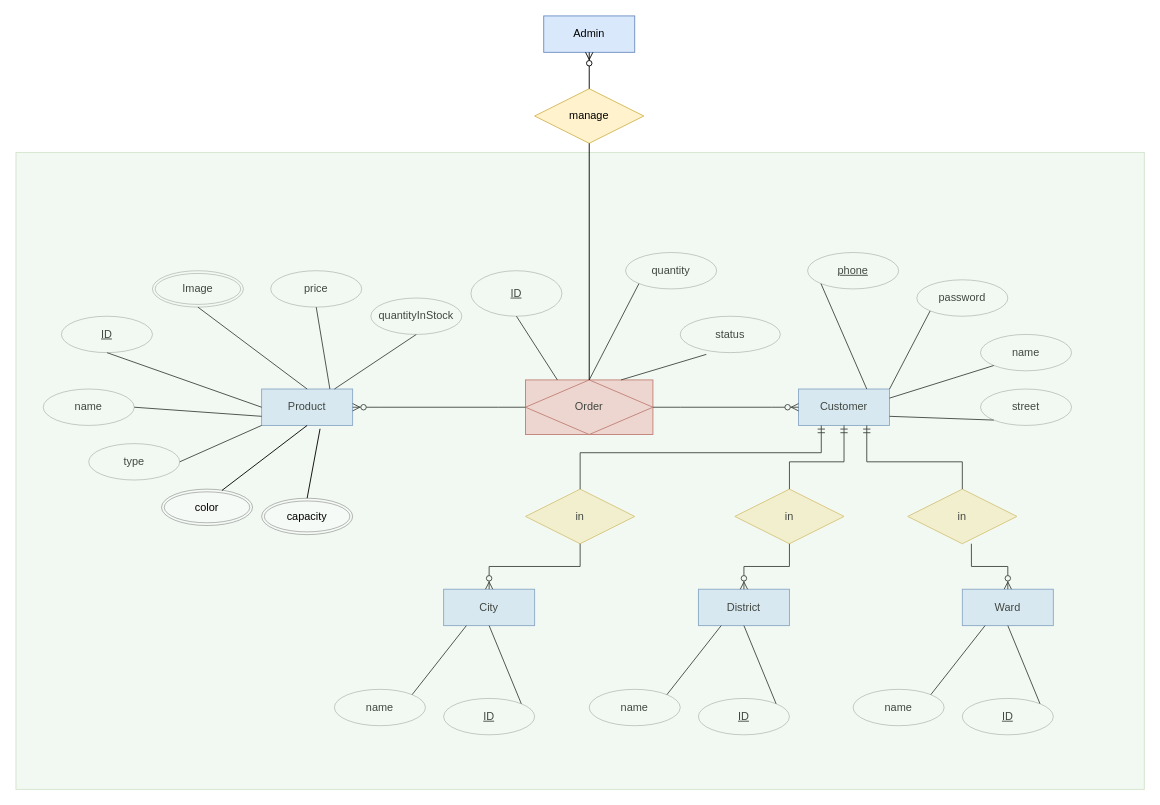
q2kit/N14 keeps this draw.io diagram as er.drawio. Above is the earlier version. Source tidied: cells renumbered, new cells numbered last; positions are measured from the earlier drawing's top-left corner, leaving out a move shared by most shapes. Both pictures are drawn from the tidied source at 91%, with x=0, y=0 at pixel (15, 15).
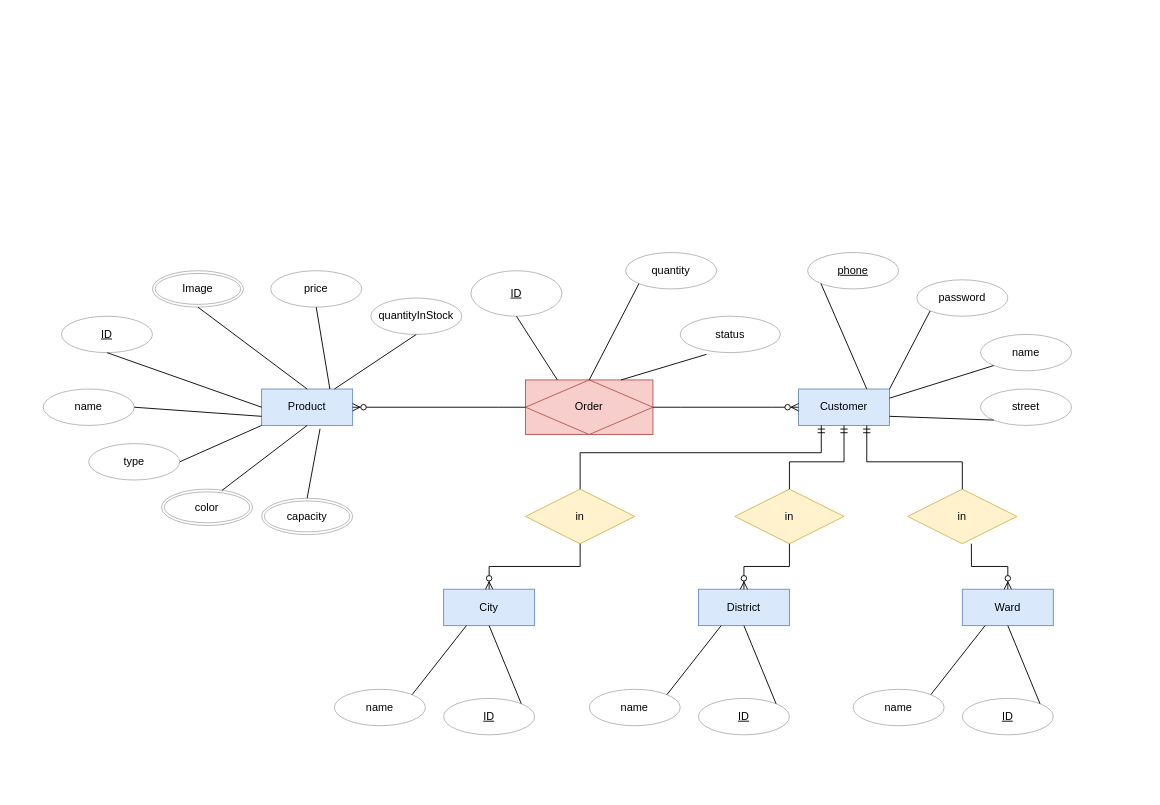
Above is the later version.

Unchanged cells that the change refers to:
```xml
<mxCell id="4" value="Order" style="shape=associativeEntity;whiteSpace=wrap;html=1;align=center;fillColor=#f8cecc;strokeColor=#b85450;" parent="1" vertex="1">
  <mxGeometry x="560" y="400" width="140" height="60" as="geometry" />
</mxCell>
```

What changed in the source:
```diff
@@
-    <mxCell id="5" value="Admin&lt;br&gt;" style="whiteSpace=wrap;html=1;align=center;fillColor=#dae8fc;strokeColor=#6c8ebf;" parent="1" vertex="1">
-      <mxGeometry x="580" width="100" height="40" as="geometry" />
-    </mxCell>
@@
-    <mxCell id="58" style="text;strokeColor=#82b366;fillColor=#d5e8d4;spacingLeft=4;spacingRight=4;overflow=hidden;fontSize=12;opacity=30;" parent="1" vertex="1">
-      <mxGeometry y="150" width="1240" height="700" as="geometry" />
-    </mxCell>
-    <mxCell id="59" value="manage" style="shape=rhombus;perimeter=rhombusPerimeter;whiteSpace=wrap;html=1;align=center;fillColor=#fff2cc;strokeColor=#d6b656;strokeWidth=1;" parent="1" vertex="1">
-      <mxGeometry x="570" y="80" width="120" height="60" as="geometry" />
-    </mxCell>
@@
-    <mxCell id="64" style="edgeStyle=none;rounded=0;orthogonalLoop=1;jettySize=auto;html=1;exitX=0;exitY=1;exitDx=0;exitDy=0;" parent="1" edge="1" source="59" target="59">
-      <mxGeometry relative="1" as="geometry" />
+    <mxCell id="64" style="edgeStyle=none;rounded=0;orthogonalLoop=1;jettySize=auto;html=1;exitX=0;exitY=1;exitDx=0;exitDy=0;" parent="1" edge="1">
+      <mxGeometry relative="1" as="geometry">
+        <mxPoint x="600" y="125" as="sourcePoint" />
+        <mxPoint x="600" y="125" as="targetPoint" />
+      </mxGeometry>
     </mxCell>
-    <mxCell id="65" style="fontSize=12;html=1;endArrow=ERzeroToMany;endFill=1;rounded=0;elbow=vertical;entryX=0.5;entryY=1;entryDx=0;entryDy=0;exitX=0.5;exitY=0;exitDx=0;exitDy=0;" parent="1" edge="1" source="59" target="5">
-      <mxGeometry relative="1" as="geometry" />
-    </mxCell>
-    <mxCell id="66" style="endArrow=none;html=1;rounded=0;elbow=vertical;exitX=0.5;exitY=1;exitDx=0;exitDy=0;entryX=0.5;entryY=0;entryDx=0;entryDy=0;" parent="1" edge="1" source="59" target="4">
-      <mxGeometry relative="1" as="geometry" />
-    </mxCell>
-    <mxCell id="67" style="edgeStyle=orthogonalEdgeStyle;rounded=0;orthogonalLoop=1;jettySize=auto;html=1;exitX=0.5;exitY=1;exitDx=0;exitDy=0;" parent="1" edge="1" source="5" target="5">
-      <mxGeometry relative="1" as="geometry" />
-    </mxCell>
```
